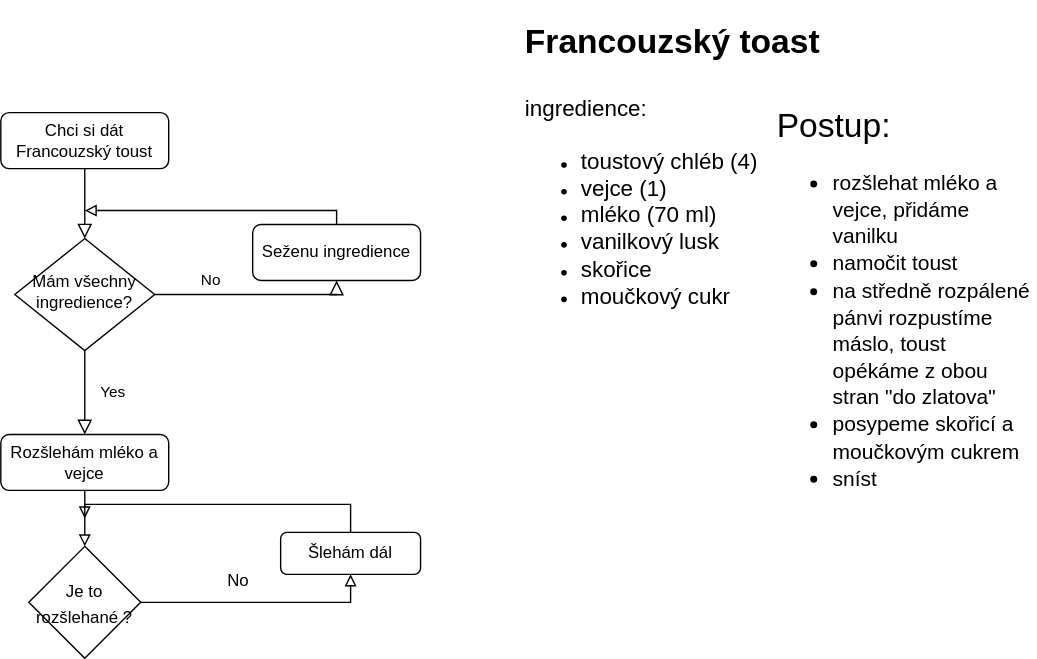
Above: Diagram1.svg in TomasKelbasa/diagrams.net (draw.io), before the change. Source tidied: cells renumbered, new cells last; positions are measured from the earlier drawing's top-left corner, leaving out a move shared by most shapes.
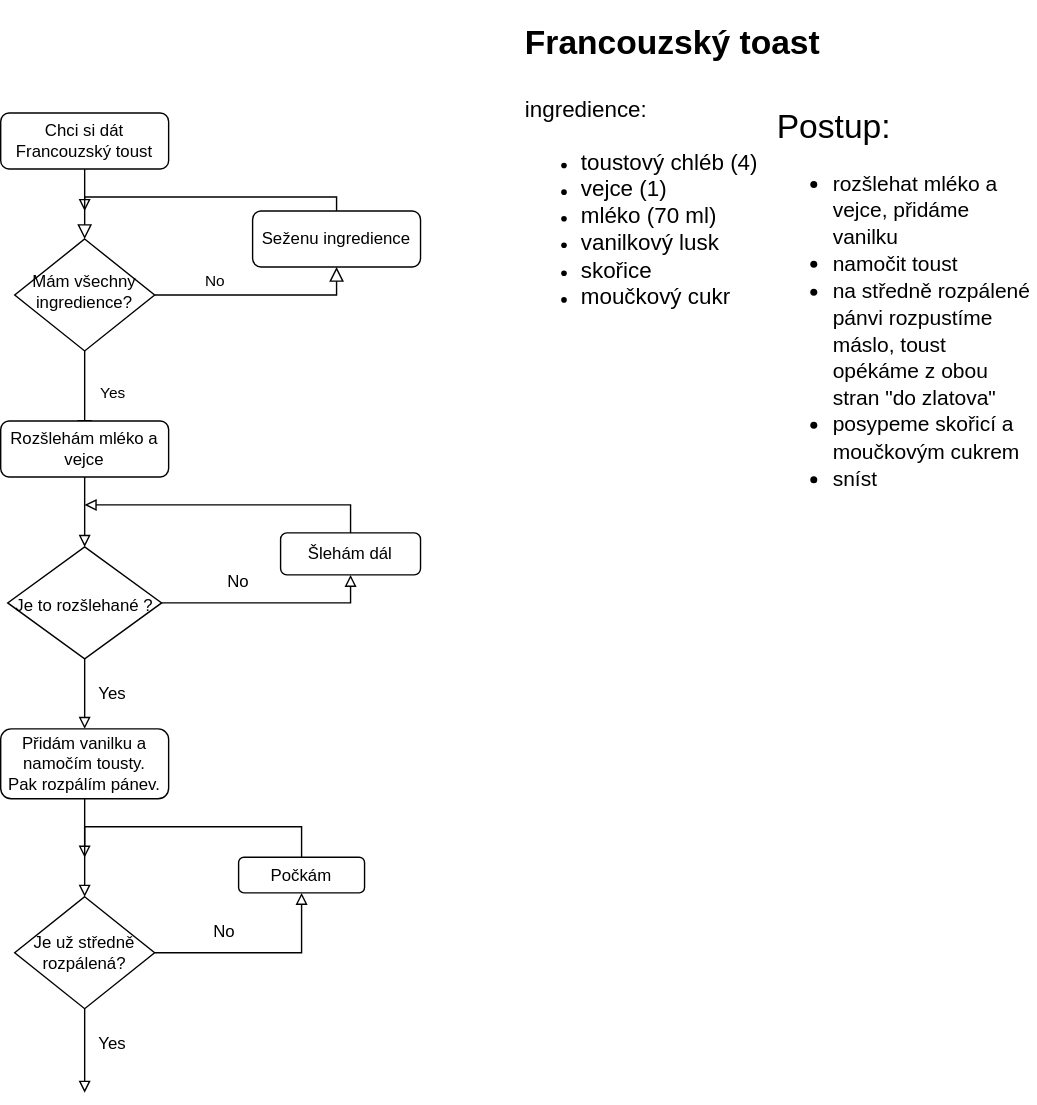
Above is the later version.

Diff of the diagram source:
```diff
@@ -24,10 +24,10 @@
       <mxGeometry x="10" y="160" width="100" height="80" as="geometry" />
     </mxCell>
     <mxCell id="7" value="Seženu ingredience" style="rounded=1;whiteSpace=wrap;html=1;fontSize=12;glass=0;strokeWidth=1;shadow=0;" parent="1" vertex="1">
-      <mxGeometry x="180" y="150" width="120" height="40" as="geometry" />
+      <mxGeometry x="180" y="140" width="120" height="40" as="geometry" />
     </mxCell>
     <mxCell id="8" value="Rozšlehám mléko a vejce" style="rounded=1;whiteSpace=wrap;html=1;fontSize=12;glass=0;strokeWidth=1;shadow=0;" parent="1" vertex="1">
-      <mxGeometry y="300" width="120" height="40" as="geometry" />
+      <mxGeometry y="290" width="120" height="40" as="geometry" />
     </mxCell>
     <mxCell id="9" value="&lt;h1&gt;Francouzský toast&lt;/h1&gt;&lt;h1&gt;&lt;font style=&quot;font-size: 16px ; font-weight: normal&quot;&gt;ingredience:&lt;/font&gt;&lt;/h1&gt;&lt;div&gt;&lt;ul&gt;&lt;li&gt;&lt;font style=&quot;font-size: 16px ; font-weight: normal&quot;&gt;toustový chléb (4)&lt;/font&gt;&lt;/li&gt;&lt;li&gt;&lt;font style=&quot;font-size: 16px ; font-weight: normal&quot;&gt;vejce (1)&lt;/font&gt;&lt;/li&gt;&lt;li&gt;&lt;font style=&quot;font-size: 16px ; font-weight: normal&quot;&gt;mléko (70 ml)&lt;/font&gt;&lt;/li&gt;&lt;li&gt;&lt;font style=&quot;font-size: 16px ; font-weight: normal&quot;&gt;vanilkový lusk&lt;/font&gt;&lt;/li&gt;&lt;li&gt;&lt;font style=&quot;font-size: 16px ; font-weight: normal&quot;&gt;skořice&lt;/font&gt;&lt;/li&gt;&lt;li&gt;&lt;font style=&quot;font-size: 16px ; font-weight: normal&quot;&gt;moučkový cukr&lt;/font&gt;&lt;/li&gt;&lt;/ul&gt;&lt;/div&gt;" style="text;html=1;strokeColor=none;fillColor=none;spacing=5;spacingTop=-20;whiteSpace=wrap;overflow=hidden;rounded=0;" parent="1" vertex="1">
       <mxGeometry x="370" width="356" height="220" as="geometry" />
@@ -39,8 +39,8 @@
       <mxGeometry relative="1" as="geometry">
         <mxPoint x="60" y="140" as="targetPoint" />
         <Array as="points">
-          <mxPoint x="240" y="140" />
-          <mxPoint x="60" y="140" />
+          <mxPoint x="240" y="130" />
+          <mxPoint x="60" y="130" />
         </Array>
       </mxGeometry>
     </mxCell>
@@ -48,14 +48,14 @@
       <mxGeometry relative="1" as="geometry" />
     </mxCell>
     <mxCell id="13" value="&lt;span style=&quot;font-size: 12px&quot;&gt;Je to rozšlehané ?&lt;/span&gt;" style="rhombus;whiteSpace=wrap;html=1;fontSize=15;align=center;" parent="1" vertex="1">
-      <mxGeometry x="20" y="380" width="80" height="80" as="geometry" />
+      <mxGeometry x="5" y="380" width="110" height="80" as="geometry" />
     </mxCell>
     <mxCell id="14" style="endArrow=block;html=1;rounded=0;fontSize=12;strokeColor=#000000;edgeStyle=orthogonalEdgeStyle;endFill=0;exitX=1;exitY=0.5;exitDx=0;exitDy=0;entryX=0.5;entryY=1;entryDx=0;entryDy=0;" parent="1" edge="1" source="13" target="16">
       <mxGeometry relative="1" as="geometry" />
     </mxCell>
     <mxCell id="15" style="edgeStyle=orthogonalEdgeStyle;rounded=0;jettySize=auto;html=1;fontSize=12;endArrow=block;endFill=0;strokeColor=#000000;exitX=0.5;exitY=0;exitDx=0;exitDy=0;" parent="1" edge="1" source="16">
       <mxGeometry relative="1" as="geometry">
-        <mxPoint x="60" y="360" as="targetPoint" />
+        <mxPoint x="60" y="350" as="targetPoint" />
         <Array as="points">
           <mxPoint x="250" y="350" />
           <mxPoint x="60" y="350" />
@@ -68,5 +68,46 @@
     <mxCell id="17" value="No" style="text;html=1;strokeColor=none;fillColor=none;align=center;verticalAlign=middle;whiteSpace=wrap;rounded=0;fontSize=12;" parent="1" vertex="1">
       <mxGeometry x="140" y="390" width="60" height="30" as="geometry" />
     </mxCell>
+    <mxCell id="18" style="endArrow=block;html=1;rounded=0;edgeStyle=orthogonalEdgeStyle;exitX=0.5;exitY=1;exitDx=0;exitDy=0;endFill=0;entryX=0.5;entryY=0;entryDx=0;entryDy=0;" parent="1" edge="1" source="13" target="20">
+      <mxGeometry relative="1" as="geometry" />
+    </mxCell>
+    <mxCell id="19" style="edgeStyle=orthogonalEdgeStyle;rounded=0;jettySize=auto;html=1;entryX=0.5;entryY=0;entryDx=0;entryDy=0;endArrow=block;endFill=0;" parent="1" edge="1" source="20" target="23">
+      <mxGeometry relative="1" as="geometry" />
+    </mxCell>
+    <mxCell id="20" value="Přidám vanilku a namočím tousty.&lt;br&gt;Pak rozpálím pánev." style="rounded=1;whiteSpace=wrap;html=1;" parent="1" vertex="1">
+      <mxGeometry y="510" width="120" height="50" as="geometry" />
+    </mxCell>
+    <mxCell id="21" style="edgeStyle=orthogonalEdgeStyle;rounded=0;jettySize=auto;html=1;endArrow=block;endFill=0;entryX=0.5;entryY=1;entryDx=0;entryDy=0;startArrow=none;exitX=1;exitY=0.5;exitDx=0;exitDy=0;" parent="1" edge="1" source="23" target="24">
+      <mxGeometry relative="1" as="geometry" />
+    </mxCell>
+    <mxCell id="22" style="edgeStyle=orthogonalEdgeStyle;rounded=0;jettySize=auto;html=1;exitX=0.5;exitY=1;exitDx=0;exitDy=0;endArrow=block;endFill=0;" parent="1" edge="1" source="23">
+      <mxGeometry relative="1" as="geometry">
+        <mxPoint x="60" y="770" as="targetPoint" />
+      </mxGeometry>
+    </mxCell>
+    <mxCell id="23" value="Je už středně rozpálená?" style="rhombus;whiteSpace=wrap;html=1;" parent="1" vertex="1">
+      <mxGeometry x="10" y="630" width="100" height="80" as="geometry" />
+    </mxCell>
+    <mxCell id="24" value="Počkám" style="rounded=1;whiteSpace=wrap;html=1;" parent="1" vertex="1">
+      <mxGeometry x="170" y="601.8" width="90" height="25.5" as="geometry" />
+    </mxCell>
+    <mxCell id="25" style="endArrow=block;html=1;rounded=0;edgeStyle=orthogonalEdgeStyle;exitX=0.5;exitY=0;exitDx=0;exitDy=0;endFill=0;" parent="1" edge="1" source="24">
+      <mxGeometry relative="1" as="geometry">
+        <mxPoint x="60" y="602" as="targetPoint" />
+        <Array as="points">
+          <mxPoint x="215" y="580" />
+          <mxPoint x="60" y="580" />
+        </Array>
+      </mxGeometry>
+    </mxCell>
+    <mxCell id="26" value="Yes" style="text;html=1;strokeColor=none;fillColor=none;align=center;verticalAlign=middle;whiteSpace=wrap;rounded=0;" parent="1" vertex="1">
+      <mxGeometry x="50" y="470" width="60" height="30" as="geometry" />
+    </mxCell>
+    <mxCell id="27" value="No" style="text;html=1;strokeColor=none;fillColor=none;align=center;verticalAlign=middle;whiteSpace=wrap;rounded=0;fontSize=12;" parent="1" vertex="1">
+      <mxGeometry x="130" y="640" width="60" height="30" as="geometry" />
+    </mxCell>
+    <mxCell id="28" value="Yes" style="text;html=1;strokeColor=none;fillColor=none;align=center;verticalAlign=middle;whiteSpace=wrap;rounded=0;" parent="1" vertex="1">
+      <mxGeometry x="50" y="720" width="60" height="30" as="geometry" />
+    </mxCell>
   </root>
 </mxGraphModel>
```
